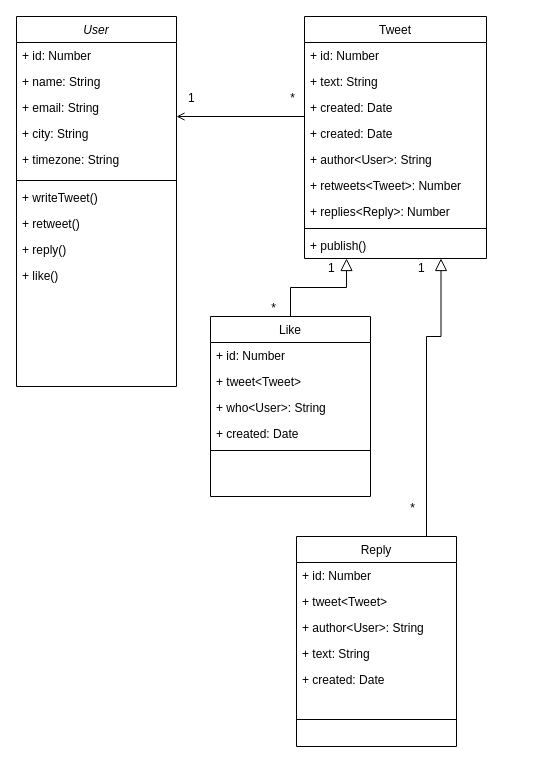
Before: twitterMiniDiagram.drawio in FbW-E01/be-db-advanced-designey-Mxx1029, a draw.io diagram. Source tidied: cells renumbered, new cells numbered last; positions are measured from the earlier drawing's top-left corner, leaving out a move shared by most shapes. Both pictures are drawn from the tidied source at 100%, with x=0, y=0 at pixel (-14, 16).
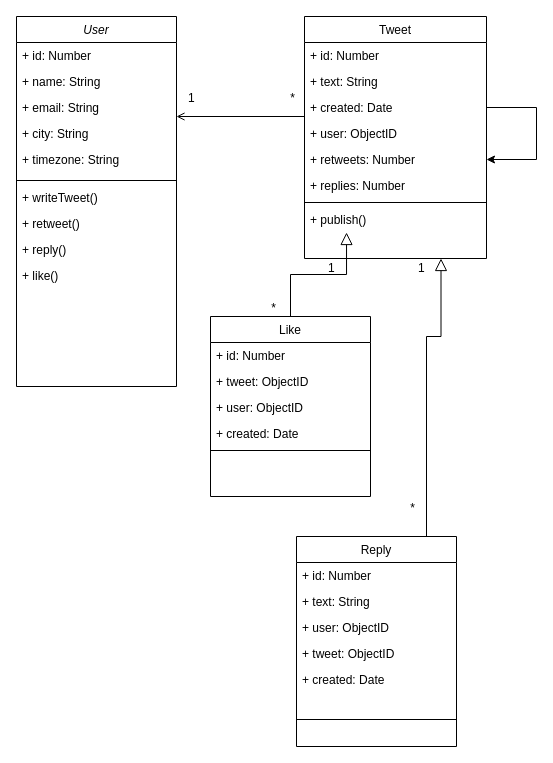
After the change.

Commit message (it also covers changes not shown here):
Add models for tweet, reply and like

Unchanged cells that the change refers to:
```xml
<mxCell id="13" value="Reply" style="swimlane;fontStyle=0;align=center;verticalAlign=top;horizontal=1;startSize=26;rounded=0;shadow=0;strokeWidth=1;" parent="1" vertex="1">
  <mxGeometry x="310" y="520" width="160" height="210" as="geometry" />
</mxCell>
<mxCell id="21" value="Like" style="swimlane;fontStyle=0;align=center;verticalAlign=top;horizontal=1;startSize=26;rounded=0;shadow=0;strokeWidth=1;" parent="1" vertex="1">
  <mxGeometry x="224" y="300" width="160" height="180" as="geometry" />
</mxCell>
<mxCell id="28" value="Tweet" style="swimlane;fontStyle=0;align=center;verticalAlign=top;horizontal=1;startSize=26;rounded=0;shadow=0;strokeWidth=1;" parent="1" vertex="1">
  <mxGeometry x="318" width="182" height="242" as="geometry" />
</mxCell>
<mxCell id="31" value="+ created: Date" style="text;align=left;verticalAlign=top;spacingLeft=4;spacingRight=4;overflow=hidden;points=[[0,0.5],[1,0.5]];portConstraint=eastwest;rounded=0;shadow=0;html=0;" parent="28" vertex="1">
  <mxGeometry y="78" width="182" height="26" as="geometry" />
</mxCell>
```

Diff of the diagram source:
```diff
@@
+    <mxCell id="17" value="+ text: String" style="text;align=left;verticalAlign=top;spacingLeft=4;spacingRight=4;overflow=hidden;" parent="13" vertex="1">
+      <mxGeometry y="52" width="160" height="26" as="geometry" />
+    </mxCell>
+    <mxCell id="16" value="+ user: ObjectID" style="text;align=left;verticalAlign=top;spacingLeft=4;spacingRight=4;overflow=hidden;" parent="13" vertex="1">
+      <mxGeometry y="78" width="160" height="26" as="geometry" />
+    </mxCell>
-    <mxCell id="15" value="+ tweet&lt;Tweet&gt;" style="text;align=left;verticalAlign=top;spacingLeft=4;spacingRight=4;overflow=hidden;rounded=0;shadow=0;html=0;" parent="13" vertex="1">
-      <mxGeometry y="52" width="160" height="26" as="geometry" />
+    <mxCell id="15" value="+ tweet: ObjectID" style="text;align=left;verticalAlign=top;spacingLeft=4;spacingRight=4;overflow=hidden;rounded=0;shadow=0;html=0;" parent="13" vertex="1">
+      <mxGeometry y="104" width="160" height="26" as="geometry" />
     </mxCell>
-    <mxCell id="16" value="+ author&lt;User&gt;: String" style="text;align=left;verticalAlign=top;spacingLeft=4;spacingRight=4;overflow=hidden;" parent="13" vertex="1">
-      <mxGeometry y="78" width="160" height="26" as="geometry" />
-    </mxCell>
-    <mxCell id="17" value="+ text: String" style="text;align=left;verticalAlign=top;spacingLeft=4;spacingRight=4;overflow=hidden;" parent="13" vertex="1">
-      <mxGeometry y="104" width="160" height="26" as="geometry" />
-    </mxCell>
@@
-    <mxCell id="23" value="+ tweet&lt;Tweet&gt;" style="text;align=left;verticalAlign=top;spacingLeft=4;spacingRight=4;overflow=hidden;rounded=0;shadow=0;html=0;" parent="21" vertex="1">
+    <mxCell id="23" value="+ tweet: ObjectID" style="text;align=left;verticalAlign=top;spacingLeft=4;spacingRight=4;overflow=hidden;rounded=0;shadow=0;html=0;" parent="21" vertex="1">
       <mxGeometry y="52" width="160" height="26" as="geometry" />
     </mxCell>
-    <mxCell id="24" value="+ who&lt;User&gt;: String" style="text;align=left;verticalAlign=top;spacingLeft=4;spacingRight=4;overflow=hidden;" parent="21" vertex="1">
+    <mxCell id="24" value="+ user: ObjectID" style="text;align=left;verticalAlign=top;spacingLeft=4;spacingRight=4;overflow=hidden;" parent="21" vertex="1">
       <mxGeometry y="78" width="160" height="26" as="geometry" />
     </mxCell>
@@
-    <mxCell id="32" value="+ created: Date" style="text;align=left;verticalAlign=top;spacingLeft=4;spacingRight=4;overflow=hidden;rounded=0;shadow=0;html=0;" parent="28" vertex="1">
-      <mxGeometry y="104" width="182" height="26" as="geometry" />
-    </mxCell>
-    <mxCell id="33" value="+ author&lt;User&gt;: String" style="text;align=left;verticalAlign=top;spacingLeft=4;spacingRight=4;overflow=hidden;rounded=0;shadow=0;html=0;" parent="28" vertex="1">
-      <mxGeometry y="130" width="182" height="26" as="geometry" />
+    <mxCell id="33" value="+ user: ObjectID" style="text;align=left;verticalAlign=top;spacingLeft=4;spacingRight=4;overflow=hidden;rounded=0;shadow=0;html=0;" parent="28" vertex="1">
+      <mxGeometry y="104" width="182" height="26" as="geometry" />
     </mxCell>
-    <mxCell id="34" value="+ retweets&lt;Tweet&gt;: Number" style="text;align=left;verticalAlign=top;spacingLeft=4;spacingRight=4;overflow=hidden;points=[[0,0.5],[1,0.5]];portConstraint=eastwest;rounded=0;shadow=0;html=0;" parent="28" vertex="1">
-      <mxGeometry y="156" width="182" height="26" as="geometry" />
+    <mxCell id="34" value="+ retweets: Number" style="text;align=left;verticalAlign=top;spacingLeft=4;spacingRight=4;overflow=hidden;points=[[0,0.5],[1,0.5]];portConstraint=eastwest;rounded=0;shadow=0;html=0;" parent="28" vertex="1">
+      <mxGeometry y="130" width="182" height="26" as="geometry" />
     </mxCell>
-    <mxCell id="35" value="+ replies&lt;Reply&gt;: Number" style="text;align=left;verticalAlign=top;spacingLeft=4;spacingRight=4;overflow=hidden;rounded=0;shadow=0;html=0;" parent="28" vertex="1">
-      <mxGeometry y="182" width="182" height="26" as="geometry" />
+    <mxCell id="35" value="+ replies: Number" style="text;align=left;verticalAlign=top;spacingLeft=4;spacingRight=4;overflow=hidden;rounded=0;shadow=0;html=0;" parent="28" vertex="1">
+      <mxGeometry y="156" width="182" height="26" as="geometry" />
     </mxCell>
     <mxCell id="36" style="line;html=1;strokeWidth=1;align=left;verticalAlign=middle;spacingTop=-1;spacingLeft=3;spacingRight=3;labelPosition=right;" parent="28" vertex="1">
-      <mxGeometry y="208" width="182" height="8" as="geometry" />
+      <mxGeometry y="182" width="182" height="8" as="geometry" />
     </mxCell>
     <mxCell id="37" value="+ publish()" style="text;align=left;verticalAlign=top;spacingLeft=4;spacingRight=4;overflow=hidden;points=[[0,0.5],[1,0.5]];portConstraint=eastwest;" parent="28" vertex="1">
-      <mxGeometry y="216" width="182" height="26" as="geometry" />
+      <mxGeometry y="190" width="182" height="26" as="geometry" />
     </mxCell>
+    <mxCell id="45" style="edgeStyle=orthogonalEdgeStyle;rounded=0;jettySize=auto;html=1;exitX=1;exitY=0.5;exitDx=0;exitDy=0;entryX=1;entryY=0.5;entryDx=0;entryDy=0;" parent="28" edge="1" source="31" target="34">
+      <mxGeometry relative="1" as="geometry">
+        <Array as="points">
+          <mxPoint x="232" y="91" />
+          <mxPoint x="232" y="143" />
+        </Array>
+      </mxGeometry>
+    </mxCell>
```
